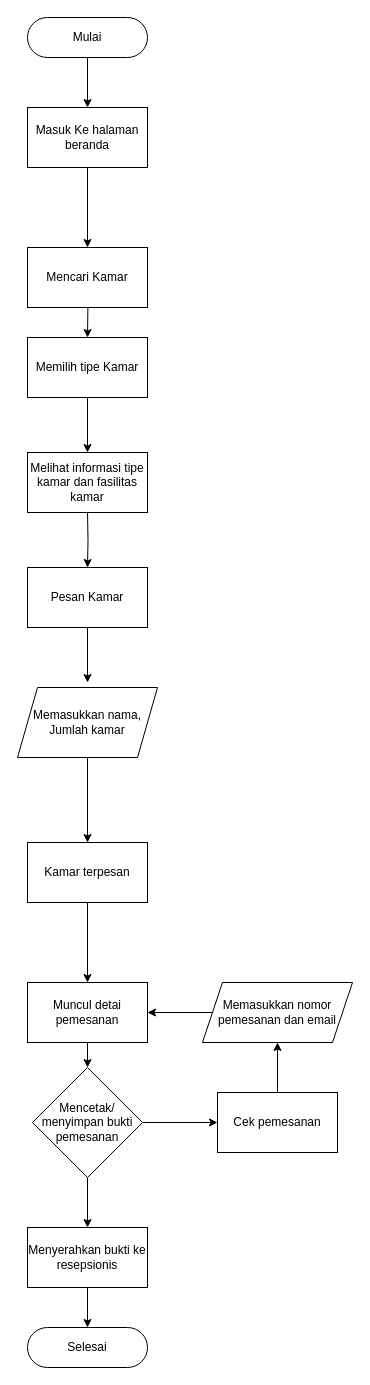
Go-UKK/Flowcart keeps this draw.io diagram as Tamu.drawio. Above is the earlier version. Source tidied: cells renumbered, new cells numbered last; positions are measured from the earlier drawing's top-left corner, leaving out a move shared by most shapes. Both pictures are drawn from the tidied source at 100%, with x=0, y=0 at pixel (17, 17).
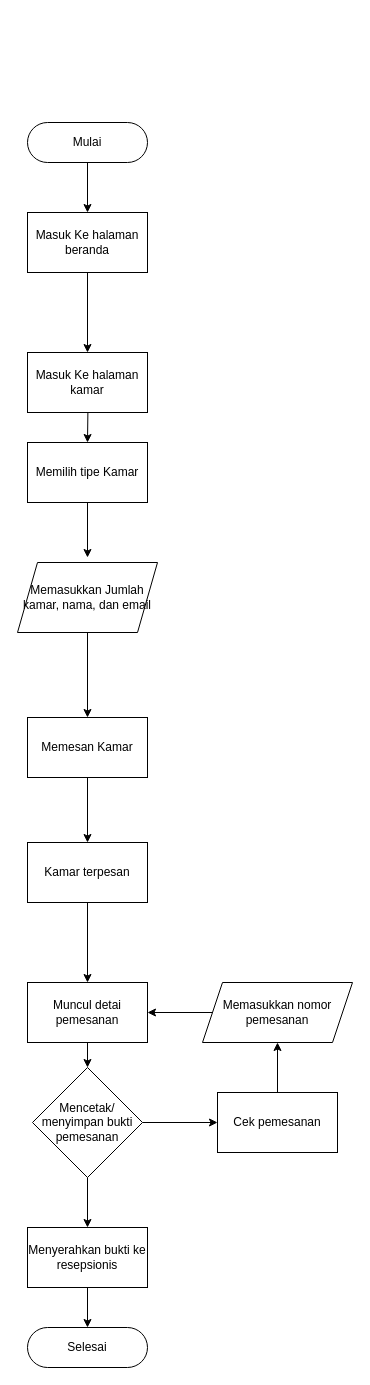
After the change.

The change refers to these unchanged cells:
```xml
<mxCell id="17" value="Kamar terpesan" style="whiteSpace=wrap;html=1;" parent="1" vertex="1">
  <mxGeometry x="10" y="825" width="120" height="60" as="geometry" />
</mxCell>
```

The edit, as a diff of the source:
```diff
@@
     <mxCell id="3" value="Mulai" style="rounded=1;whiteSpace=wrap;html=1;fontSize=12;glass=0;strokeWidth=1;shadow=0;arcSize=50;" parent="1" vertex="1">
-      <mxGeometry x="10" width="120" height="40" as="geometry" />
+      <mxGeometry x="10" y="105" width="120" height="40" as="geometry" />
     </mxCell>
@@
     <mxCell id="5" value="Masuk Ke halaman beranda" style="rounded=0;whiteSpace=wrap;html=1;" parent="1" vertex="1">
-      <mxGeometry x="10" y="90" width="120" height="60" as="geometry" />
+      <mxGeometry x="10" y="195" width="120" height="60" as="geometry" />
     </mxCell>
     <mxCell id="6" style="edgeStyle=orthogonalEdgeStyle;rounded=0;jettySize=auto;html=1;" parent="1" edge="1" target="15">
       <mxGeometry relative="1" as="geometry">
-        <mxPoint x="70" y="240" as="sourcePoint" />
+        <mxPoint x="70" y="345" as="sourcePoint" />
       </mxGeometry>
     </mxCell>
-    <mxCell id="7" value="Mencari Kamar" style="whiteSpace=wrap;html=1;rounded=0;" parent="1" vertex="1">
-      <mxGeometry x="10" y="230" width="120" height="60" as="geometry" />
+    <mxCell id="7" value="Masuk Ke halaman kamar" style="whiteSpace=wrap;html=1;rounded=0;" parent="1" vertex="1">
+      <mxGeometry x="10" y="335" width="120" height="60" as="geometry" />
     </mxCell>
-    <mxCell id="8" value="Melihat informasi tipe kamar dan fasilitas kamar" style="whiteSpace=wrap;html=1;rounded=0;" parent="1" vertex="1">
-      <mxGeometry x="10" y="435" width="120" height="60" as="geometry" />
-    </mxCell>
-    <mxCell id="9" style="edgeStyle=orthogonalEdgeStyle;rounded=0;jettySize=auto;html=1;" parent="1" edge="1" target="11">
-      <mxGeometry relative="1" as="geometry">
-        <mxPoint x="70" y="495" as="sourcePoint" />
-      </mxGeometry>
-    </mxCell>
-    <mxCell id="10" style="edgeStyle=orthogonalEdgeStyle;rounded=0;jettySize=auto;html=1;" parent="1" edge="1" source="11">
-      <mxGeometry relative="1" as="geometry">
-        <mxPoint x="70" y="665" as="targetPoint" />
-      </mxGeometry>
-    </mxCell>
-    <mxCell id="11" value="Pesan Kamar" style="whiteSpace=wrap;html=1;rounded=0;" parent="1" vertex="1">
-      <mxGeometry x="10" y="550" width="120" height="60" as="geometry" />
-    </mxCell>
-    <mxCell id="12" style="edgeStyle=orthogonalEdgeStyle;rounded=0;jettySize=auto;html=1;" parent="1" edge="1" source="13" target="17">
-      <mxGeometry relative="1" as="geometry" />
-    </mxCell>
+    <mxCell id="30" style="edgeStyle=orthogonalEdgeStyle;rounded=0;jettySize=auto;html=1;" parent="1" edge="1" source="13" target="32">
+      <mxGeometry relative="1" as="geometry" />
+    </mxCell>
-    <mxCell id="13" value="Memasukkan nama, Jumlah kamar" style="shape=parallelogram;perimeter=parallelogramPerimeter;whiteSpace=wrap;html=1;fixedSize=1;" parent="1" vertex="1">
-      <mxGeometry y="670" width="140" height="70" as="geometry" />
+    <mxCell id="13" value="Memasukkan Jumlah kamar, nama, dan email" style="shape=parallelogram;perimeter=parallelogramPerimeter;whiteSpace=wrap;html=1;fixedSize=1;" parent="1" vertex="1">
+      <mxGeometry y="545" width="140" height="70" as="geometry" />
     </mxCell>
-    <mxCell id="14" style="edgeStyle=orthogonalEdgeStyle;rounded=0;jettySize=auto;html=1;" parent="1" edge="1" source="15" target="8">
-      <mxGeometry relative="1" as="geometry" />
+    <mxCell id="14" style="edgeStyle=orthogonalEdgeStyle;rounded=0;jettySize=auto;html=1;" parent="1" edge="1" source="15">
+      <mxGeometry relative="1" as="geometry">
+        <mxPoint x="70" y="540" as="targetPoint" />
+      </mxGeometry>
     </mxCell>
     <mxCell id="15" value="Memilih tipe Kamar" style="whiteSpace=wrap;html=1;rounded=0;" parent="1" vertex="1">
-      <mxGeometry x="10" y="320" width="120" height="60" as="geometry" />
+      <mxGeometry x="10" y="425" width="120" height="60" as="geometry" />
     </mxCell>
@@
-    <mxCell id="26" value="Memasukkan nomor pemesanan dan email" style="shape=parallelogram;perimeter=parallelogramPerimeter;whiteSpace=wrap;html=1;fixedSize=1;" parent="1" vertex="1">
+    <mxCell id="26" value="Memasukkan nomor pemesanan" style="shape=parallelogram;perimeter=parallelogramPerimeter;whiteSpace=wrap;html=1;fixedSize=1;" parent="1" vertex="1">
       <mxGeometry x="185" y="965" width="150" height="60" as="geometry" />
     </mxCell>
@@
+    <mxCell id="31" style="edgeStyle=orthogonalEdgeStyle;rounded=0;jettySize=auto;html=1;" parent="1" edge="1" source="32" target="17">
+      <mxGeometry relative="1" as="geometry" />
+    </mxCell>
+    <mxCell id="32" value="Memesan Kamar" style="whiteSpace=wrap;html=1;" parent="1" vertex="1">
+      <mxGeometry x="10" y="700" width="120" height="60" as="geometry" />
+    </mxCell>
```
